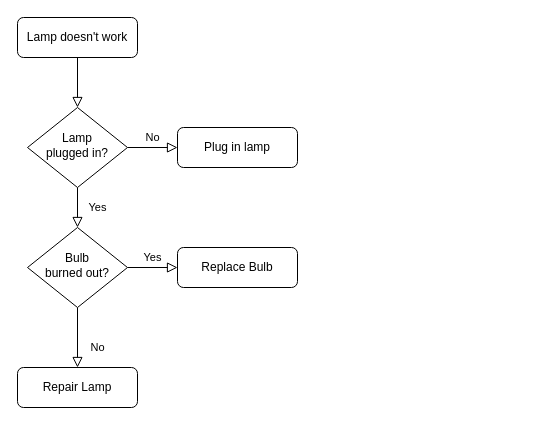
Above: Untitled Diagram.drawio in makeMind/wxpublic (draw.io), before the change. Source tidied: cells renumbered, new cells numbered last; positions are measured from the earlier drawing's top-left corner, leaving out a move shared by most shapes. Both pictures are drawn from the tidied source at 100%, with x=0, y=0 at pixel (17, 17).
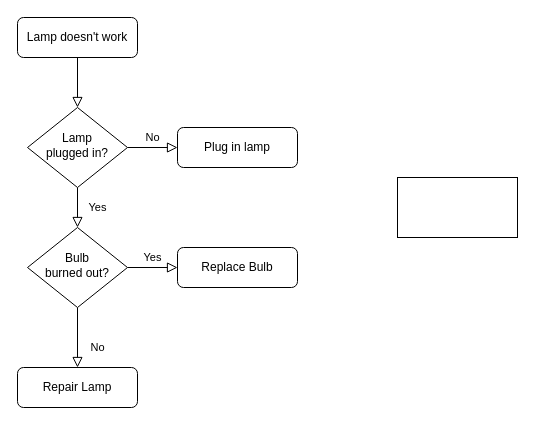
Above is the later version.

What changed in the source:
```diff
@@
 <mxGraphModel>
   <root>
     <mxCell id="0" />
     <mxCell id="1" parent="0" />
     <mxCell id="2" style="rounded=0;html=1;jettySize=auto;fontSize=11;endArrow=block;endFill=0;endSize=8;strokeWidth=1;shadow=0;labelBackgroundColor=none;edgeStyle=orthogonalEdgeStyle;" parent="1" edge="1" source="3" target="6">
       <mxGeometry relative="1" as="geometry" />
     </mxCell>
     <mxCell id="3" value="Lamp doesn't work" style="rounded=1;whiteSpace=wrap;html=1;fontSize=12;glass=0;strokeWidth=1;shadow=0;" parent="1" vertex="1">
       <mxGeometry width="120" height="40" as="geometry" />
     </mxCell>
     <mxCell id="4" value="Yes" style="rounded=0;html=1;jettySize=auto;fontSize=11;endArrow=block;endFill=0;endSize=8;strokeWidth=1;shadow=0;labelBackgroundColor=none;edgeStyle=orthogonalEdgeStyle;" parent="1" edge="1" source="6" target="10">
       <mxGeometry y="20" relative="1" as="geometry" />
     </mxCell>
     <mxCell id="5" value="No" style="edgeStyle=orthogonalEdgeStyle;rounded=0;html=1;jettySize=auto;fontSize=11;endArrow=block;endFill=0;endSize=8;strokeWidth=1;shadow=0;labelBackgroundColor=none;" parent="1" edge="1" source="6" target="7">
       <mxGeometry y="10" relative="1" as="geometry" />
     </mxCell>
     <mxCell id="6" value="Lamp&lt;br&gt;plugged in?" style="rhombus;whiteSpace=wrap;html=1;shadow=0;fontFamily=Helvetica;fontSize=12;align=center;strokeWidth=1;spacing=6;spacingTop=-4;" parent="1" vertex="1">
       <mxGeometry x="10" y="90" width="100" height="80" as="geometry" />
     </mxCell>
     <mxCell id="7" value="Plug in lamp" style="rounded=1;whiteSpace=wrap;html=1;fontSize=12;glass=0;strokeWidth=1;shadow=0;" parent="1" vertex="1">
       <mxGeometry x="160" y="110" width="120" height="40" as="geometry" />
     </mxCell>
     <mxCell id="8" value="No" style="rounded=0;html=1;jettySize=auto;fontSize=11;endArrow=block;endFill=0;endSize=8;strokeWidth=1;shadow=0;labelBackgroundColor=none;edgeStyle=orthogonalEdgeStyle;" parent="1" edge="1" source="10" target="11">
       <mxGeometry x="0.33" y="20" relative="1" as="geometry" />
     </mxCell>
     <mxCell id="9" value="Yes" style="edgeStyle=orthogonalEdgeStyle;rounded=0;html=1;jettySize=auto;fontSize=11;endArrow=block;endFill=0;endSize=8;strokeWidth=1;shadow=0;labelBackgroundColor=none;" parent="1" edge="1" source="10" target="12">
       <mxGeometry y="10" relative="1" as="geometry" />
     </mxCell>
     <mxCell id="10" value="Bulb&lt;br&gt;burned out?" style="rhombus;whiteSpace=wrap;html=1;shadow=0;fontFamily=Helvetica;fontSize=12;align=center;strokeWidth=1;spacing=6;spacingTop=-4;" parent="1" vertex="1">
       <mxGeometry x="10" y="210" width="100" height="80" as="geometry" />
     </mxCell>
     <mxCell id="11" value="Repair Lamp" style="rounded=1;whiteSpace=wrap;html=1;fontSize=12;glass=0;strokeWidth=1;shadow=0;" parent="1" vertex="1">
       <mxGeometry y="350" width="120" height="40" as="geometry" />
     </mxCell>
     <mxCell id="12" value="Replace Bulb" style="rounded=1;whiteSpace=wrap;html=1;fontSize=12;glass=0;strokeWidth=1;shadow=0;" parent="1" vertex="1">
       <mxGeometry x="160" y="230" width="120" height="40" as="geometry" />
     </mxCell>
+    <mxCell id="13" style="rounded=0;whiteSpace=wrap;html=1;" parent="1" vertex="1">
+      <mxGeometry x="380" y="160" width="120" height="60" as="geometry" />
+    </mxCell>
   </root>
 </mxGraphModel>
```
